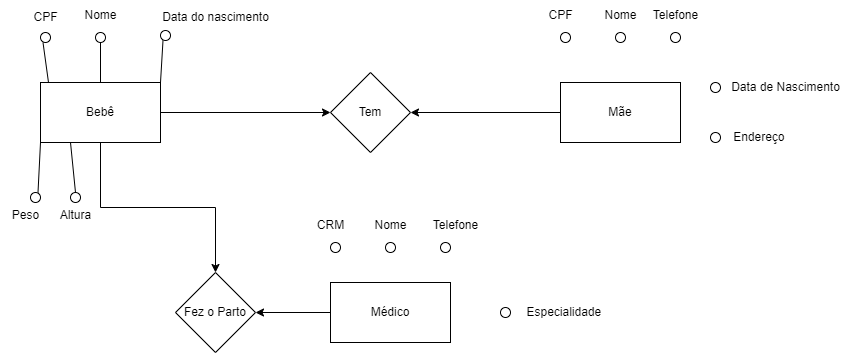
Before: 01_Atividade_sobre_DER_2.drawio.png, a diagram exported from draw.io (DungeonMaster616/main). Source tidied: cells renumbered, new cells last; positions are measured from the earlier drawing's top-left corner, leaving out a move shared by most shapes.
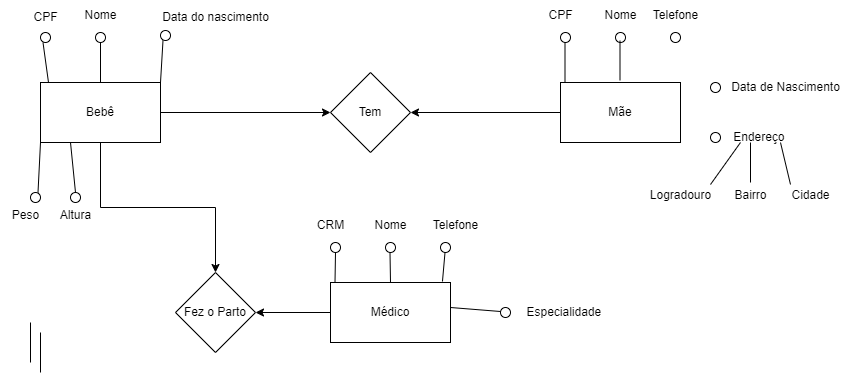
Above is the later version.

The edit, as a diff of the source:
```diff
@@ -141,5 +141,79 @@
     <mxCell id="43" value="Especialidade&amp;nbsp;" style="text;html=1;align=center;verticalAlign=middle;strokeColor=none;fillColor=none;" parent="1" vertex="1">
       <mxGeometry x="515" y="297" width="100" height="30" as="geometry" />
     </mxCell>
+    <mxCell id="44" style="endArrow=none;html=1;rounded=0;" parent="1" edge="1">
+      <mxGeometry relative="1" as="geometry">
+        <mxPoint x="710" y="184" as="sourcePoint" />
+        <mxPoint x="740" y="142" as="targetPoint" />
+      </mxGeometry>
+    </mxCell>
+    <mxCell id="45" style="endArrow=none;html=1;rounded=0;" parent="1" edge="1">
+      <mxGeometry relative="1" as="geometry">
+        <mxPoint x="790" y="184" as="sourcePoint" />
+        <mxPoint x="780" y="142" as="targetPoint" />
+      </mxGeometry>
+    </mxCell>
+    <mxCell id="46" style="endArrow=none;html=1;rounded=0;" parent="1" edge="1">
+      <mxGeometry relative="1" as="geometry">
+        <mxPoint x="750" y="182" as="sourcePoint" />
+        <mxPoint x="750" y="142" as="targetPoint" />
+      </mxGeometry>
+    </mxCell>
+    <mxCell id="47" value="Logradouro" style="text;html=1;align=center;verticalAlign=middle;strokeColor=none;fillColor=none;" parent="1" vertex="1">
+      <mxGeometry x="640" y="180" width="80" height="30" as="geometry" />
+    </mxCell>
+    <mxCell id="48" value="Bairro" style="text;html=1;align=center;verticalAlign=middle;strokeColor=none;fillColor=none;" parent="1" vertex="1">
+      <mxGeometry x="720" y="180" width="60" height="30" as="geometry" />
+    </mxCell>
+    <mxCell id="49" value="Cidade" style="text;html=1;align=center;verticalAlign=middle;strokeColor=none;fillColor=none;" parent="1" vertex="1">
+      <mxGeometry x="780" y="180" width="60" height="30" as="geometry" />
+    </mxCell>
+    <mxCell id="50" style="endArrow=none;html=1;rounded=0;" parent="1" edge="1">
+      <mxGeometry relative="1" as="geometry">
+        <mxPoint x="334.5" y="282" as="sourcePoint" />
+        <mxPoint x="335" y="252" as="targetPoint" />
+      </mxGeometry>
+    </mxCell>
+    <mxCell id="51" style="endArrow=none;html=1;rounded=0;" parent="1" edge="1">
+      <mxGeometry relative="1" as="geometry">
+        <mxPoint x="30" y="362" as="sourcePoint" />
+        <mxPoint x="30" y="322" as="targetPoint" />
+      </mxGeometry>
+    </mxCell>
+    <mxCell id="52" style="endArrow=none;html=1;rounded=0;" parent="1" edge="1">
+      <mxGeometry relative="1" as="geometry">
+        <mxPoint x="40" y="372" as="sourcePoint" />
+        <mxPoint x="40" y="332" as="targetPoint" />
+      </mxGeometry>
+    </mxCell>
+    <mxCell id="53" style="endArrow=none;html=1;rounded=0;" parent="1" edge="1">
+      <mxGeometry relative="1" as="geometry">
+        <mxPoint x="619.5" y="80" as="sourcePoint" />
+        <mxPoint x="619.5" y="40" as="targetPoint" />
+      </mxGeometry>
+    </mxCell>
+    <mxCell id="54" style="endArrow=none;html=1;rounded=0;" parent="1" edge="1">
+      <mxGeometry relative="1" as="geometry">
+        <mxPoint x="564.5" y="82" as="sourcePoint" />
+        <mxPoint x="564.5" y="42" as="targetPoint" />
+      </mxGeometry>
+    </mxCell>
+    <mxCell id="55" style="endArrow=none;html=1;rounded=0;exitX=1;exitY=0.5;exitDx=0;exitDy=0;" parent="1" edge="1">
+      <mxGeometry relative="1" as="geometry">
+        <mxPoint x="450" y="307" as="sourcePoint" />
+        <mxPoint x="500" y="311" as="targetPoint" />
+      </mxGeometry>
+    </mxCell>
+    <mxCell id="56" style="endArrow=none;html=1;rounded=0;exitX=0.933;exitY=-0.017;exitDx=0;exitDy=0;exitPerimeter=0;" parent="1" edge="1" source="6">
+      <mxGeometry relative="1" as="geometry">
+        <mxPoint x="444.5" y="252" as="targetPoint" />
+      </mxGeometry>
+    </mxCell>
+    <mxCell id="57" style="endArrow=none;html=1;rounded=0;" parent="1" edge="1">
+      <mxGeometry relative="1" as="geometry">
+        <mxPoint x="390" y="282" as="sourcePoint" />
+        <mxPoint x="389.5" y="252" as="targetPoint" />
+      </mxGeometry>
+    </mxCell>
   </root>
 </mxGraphModel>
```
